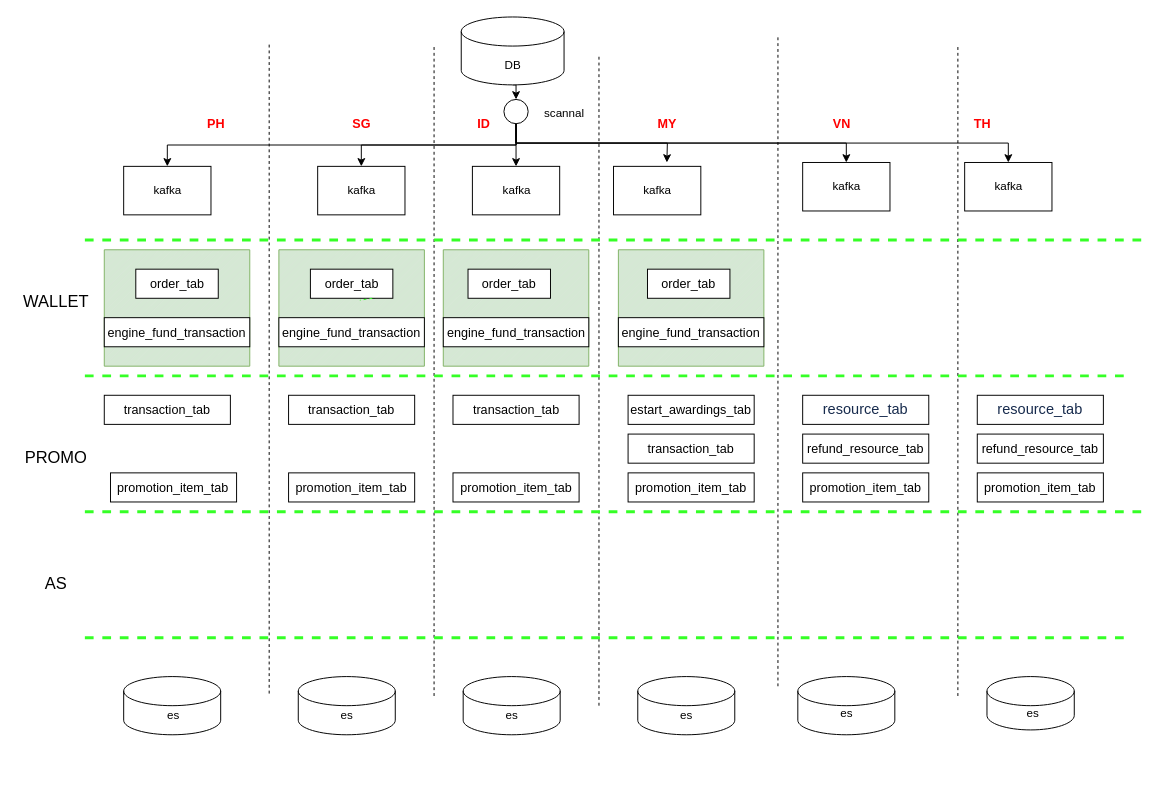
The draw.io diagram Untitled Diagram.drawio in LadyTao/learn, before the edit. Source tidied: cells renumbered, new cells numbered last; positions are measured from the earlier drawing's top-left corner, leaving out a move shared by most shapes. Both pictures are drawn from the tidied source at 97%, with x=0, y=0 at pixel (16, 16).
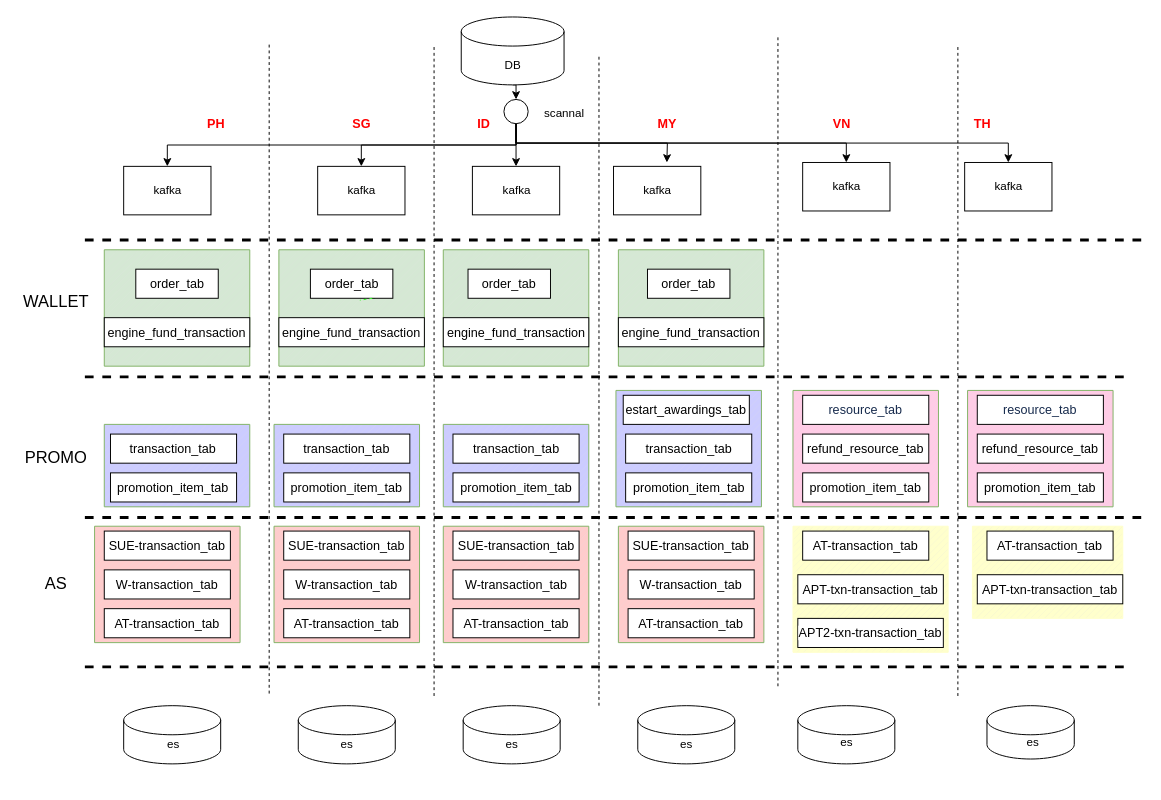
Above is the later version.

Diff of the diagram source:
```diff
@@
+    <mxCell id="96" style="verticalLabelPosition=bottom;verticalAlign=top;html=1;shape=mxgraph.basic.patternFillRect;fillStyle=diag;step=5;fillStrokeWidth=0.2;fillStrokeColor=#dddddd;fontFamily=Helvetica;fontSize=17;fillColor=#FFFFCC;strokeColor=#FFFFCC;" parent="1" vertex="1">
+      <mxGeometry x="985" y="525" width="155" height="95" as="geometry" />
+    </mxCell>
+    <mxCell id="97" style="verticalLabelPosition=bottom;verticalAlign=top;html=1;shape=mxgraph.basic.patternFillRect;fillStyle=diag;step=5;fillStrokeWidth=0.2;fillStrokeColor=#dddddd;fontFamily=Helvetica;fontSize=17;fillColor=#FFFFCC;strokeColor=#FFFFCC;" parent="1" vertex="1">
+      <mxGeometry x="800" y="525" width="160" height="130" as="geometry" />
+    </mxCell>
+    <mxCell id="98" style="verticalLabelPosition=bottom;verticalAlign=top;html=1;shape=mxgraph.basic.patternFillRect;fillStyle=diag;step=5;fillStrokeWidth=0.2;fillStrokeColor=#dddddd;fontFamily=Helvetica;fontSize=17;fillColor=#FFCCCC;strokeColor=#82b366;" parent="1" vertex="1">
+      <mxGeometry x="620" y="525" width="150" height="120" as="geometry" />
+    </mxCell>
+    <mxCell id="99" style="verticalLabelPosition=bottom;verticalAlign=top;html=1;shape=mxgraph.basic.patternFillRect;fillStyle=diag;step=5;fillStrokeWidth=0.2;fillStrokeColor=#dddddd;fontFamily=Helvetica;fontSize=17;fillColor=#FFCCCC;strokeColor=#82b366;" parent="1" vertex="1">
+      <mxGeometry x="439.5" y="525" width="150" height="120" as="geometry" />
+    </mxCell>
+    <mxCell id="100" style="verticalLabelPosition=bottom;verticalAlign=top;html=1;shape=mxgraph.basic.patternFillRect;fillStyle=diag;step=5;fillStrokeWidth=0.2;fillStrokeColor=#dddddd;fontFamily=Helvetica;fontSize=17;fillColor=#FFCCCC;strokeColor=#82b366;" parent="1" vertex="1">
+      <mxGeometry x="265" y="525" width="150" height="120" as="geometry" />
+    </mxCell>
+    <mxCell id="101" style="verticalLabelPosition=bottom;verticalAlign=top;html=1;shape=mxgraph.basic.patternFillRect;fillStyle=diag;step=5;fillStrokeWidth=0.2;fillStrokeColor=#dddddd;fontFamily=Helvetica;fontSize=17;fillColor=#FFCCCC;strokeColor=#82b366;" parent="1" vertex="1">
+      <mxGeometry x="80" y="525" width="150" height="120" as="geometry" />
+    </mxCell>
+    <mxCell id="102" style="verticalLabelPosition=bottom;verticalAlign=top;html=1;shape=mxgraph.basic.patternFillRect;fillStyle=diag;step=5;fillStrokeWidth=0.2;fillStrokeColor=#dddddd;fontFamily=Helvetica;fontSize=17;fillColor=#CCCCFF;strokeColor=#82b366;" parent="1" vertex="1">
+      <mxGeometry x="617.5" y="385" width="150" height="120" as="geometry" />
+    </mxCell>
+    <mxCell id="103" style="verticalLabelPosition=bottom;verticalAlign=top;html=1;shape=mxgraph.basic.patternFillRect;fillStyle=diag;step=5;fillStrokeWidth=0.2;fillStrokeColor=#dddddd;fontFamily=Helvetica;fontSize=17;fillColor=#FFCCE6;strokeColor=#82b366;" parent="1" vertex="1">
+      <mxGeometry x="980" y="385" width="150" height="120" as="geometry" />
+    </mxCell>
+    <mxCell id="104" style="verticalLabelPosition=bottom;verticalAlign=top;html=1;shape=mxgraph.basic.patternFillRect;fillStyle=diag;step=5;fillStrokeWidth=0.2;fillStrokeColor=#dddddd;fontFamily=Helvetica;fontSize=17;fillColor=#FFCCE6;strokeColor=#82b366;" parent="1" vertex="1">
+      <mxGeometry x="800" y="385" width="150" height="120" as="geometry" />
+    </mxCell>
+    <mxCell id="105" style="verticalLabelPosition=bottom;verticalAlign=top;html=1;shape=mxgraph.basic.patternFillRect;fillStyle=diag;step=5;fillStrokeWidth=0.2;fillStrokeColor=#dddddd;fontFamily=Helvetica;fontSize=17;fillColor=#CCCCFF;strokeColor=#82b366;" parent="1" vertex="1">
+      <mxGeometry x="439.5" y="420" width="150" height="85" as="geometry" />
+    </mxCell>
+    <mxCell id="106" style="verticalLabelPosition=bottom;verticalAlign=top;html=1;shape=mxgraph.basic.patternFillRect;fillStyle=diag;step=5;fillStrokeWidth=0.2;fillStrokeColor=#dddddd;fontFamily=Helvetica;fontSize=17;fillColor=#CCCCFF;strokeColor=#82b366;" parent="1" vertex="1">
+      <mxGeometry x="265" y="420" width="150" height="85" as="geometry" />
+    </mxCell>
+    <mxCell id="107" style="verticalLabelPosition=bottom;verticalAlign=top;html=1;shape=mxgraph.basic.patternFillRect;fillStyle=diag;step=5;fillStrokeWidth=0.2;fillStrokeColor=#dddddd;fontFamily=Helvetica;fontSize=17;fillColor=#CCCCFF;strokeColor=#82b366;" parent="1" vertex="1">
+      <mxGeometry x="90" y="420" width="150" height="85" as="geometry" />
+    </mxCell>
@@
     <mxCell id="9" style="group;" parent="1" vertex="1">
-      <mxGeometry x="460" y="680" width="100" height="60" as="geometry" />
+      <mxGeometry x="460" y="710" width="100" height="60" as="geometry" />
     </mxCell>
@@
     <mxCell id="49" style="group;" parent="1" vertex="1">
-      <mxGeometry x="290" y="680" width="100" height="60" as="geometry" />
+      <mxGeometry x="290" y="710" width="100" height="60" as="geometry" />
     </mxCell>
@@
     <mxCell id="52" style="group;" parent="1" vertex="1">
-      <mxGeometry x="111.4" y="680" width="100" height="60" as="geometry" />
+      <mxGeometry x="111.4" y="710" width="100" height="60" as="geometry" />
     </mxCell>
@@
     <mxCell id="56" style="group;" parent="1" vertex="1">
-      <mxGeometry x="640" y="700" width="100" height="60" as="geometry" />
+      <mxGeometry x="640" y="730" width="100" height="60" as="geometry" />
     </mxCell>
@@
     <mxCell id="59" style="group;" parent="1" vertex="1">
-      <mxGeometry x="1000" y="680" width="90" height="55" as="geometry" />
+      <mxGeometry x="1000" y="710" width="90" height="55" as="geometry" />
     </mxCell>
@@
-    <mxCell id="62" style="endArrow=none;dashed=1;html=1;rounded=0;fontSize=17;fontColor=#33FF33;fillColor=#33FF99;strokeColor=#35FF26;fontStyle=0;spacing=4;strokeWidth=3;" parent="1" edge="1">
+    <mxCell id="62" style="endArrow=none;dashed=1;html=1;rounded=0;fontSize=17;fontColor=#33FF33;fillColor=#33FF99;strokeColor=#000000;fontStyle=0;spacing=4;strokeWidth=3;" parent="1" edge="1">
       <mxGeometry relative="1" as="geometry">
         <mxPoint x="70" y="230" as="sourcePoint" />
         <mxPoint x="1160" y="230" as="targetPoint" />
       </mxGeometry>
     </mxCell>
-    <mxCell id="63" style="endArrow=none;dashed=1;html=1;rounded=0;fontSize=17;fontColor=#33FF33;fillColor=#33FF99;strokeColor=#35FF26;fontStyle=1;spacing=4;strokeWidth=3;" parent="1" edge="1">
+    <mxCell id="63" style="endArrow=none;dashed=1;html=1;rounded=0;fontSize=17;fontColor=#33FF33;fillColor=#33FF99;strokeColor=#000000;fontStyle=1;spacing=4;strokeWidth=3;" parent="1" edge="1">
       <mxGeometry relative="1" as="geometry">
-        <mxPoint x="70" y="370" as="sourcePoint" />
-        <mxPoint x="1150" y="370" as="targetPoint" />
+        <mxPoint x="70" y="371" as="sourcePoint" />
+        <mxPoint x="1150" y="371" as="targetPoint" />
       </mxGeometry>
     </mxCell>
-    <mxCell id="64" style="endArrow=none;dashed=1;html=1;rounded=0;fontSize=17;fontColor=#33FF33;fillColor=#33FF99;strokeColor=#35FF26;fontStyle=1;spacing=4;strokeWidth=3;" parent="1" edge="1">
+    <mxCell id="64" style="endArrow=none;dashed=1;html=1;rounded=0;fontSize=17;fontColor=#33FF33;fillColor=#33FF99;strokeColor=#000000;fontStyle=1;spacing=4;strokeWidth=3;" parent="1" edge="1">
       <mxGeometry relative="1" as="geometry">
-        <mxPoint x="70" y="510" as="sourcePoint" />
-        <mxPoint x="1160" y="510" as="targetPoint" />
+        <mxPoint x="70" y="516" as="sourcePoint" />
+        <mxPoint x="1160" y="516" as="targetPoint" />
       </mxGeometry>
     </mxCell>
     <mxCell id="65" style="shape=cylinder3;whiteSpace=wrap;html=1;boundedLbl=1;backgroundOutline=1;size=15;" parent="1" vertex="1">
-      <mxGeometry x="805" y="680" width="100" height="60" as="geometry" />
+      <mxGeometry x="805" y="710" width="100" height="60" as="geometry" />
     </mxCell>
-    <mxCell id="66" style="endArrow=none;dashed=1;html=1;rounded=0;fontSize=17;fontColor=#33FF33;fillColor=#33FF99;strokeColor=#35FF26;fontStyle=1;spacing=4;strokeWidth=3;" parent="1" edge="1">
+    <mxCell id="66" style="endArrow=none;dashed=1;html=1;rounded=0;fontSize=17;fontColor=#33FF33;fillColor=#33FF99;strokeColor=#000000;fontStyle=1;spacing=4;strokeWidth=3;" parent="1" edge="1">
       <mxGeometry relative="1" as="geometry">
-        <mxPoint x="70" y="640" as="sourcePoint" />
-        <mxPoint x="1150" y="640" as="targetPoint" />
+        <mxPoint x="70" y="670" as="sourcePoint" />
+        <mxPoint x="1150" y="670" as="targetPoint" />
       </mxGeometry>
     </mxCell>
     <mxCell id="67" value="es" style="text;html=1;align=center;verticalAlign=middle;fillColor=none;strokeColor=none;rounded=0;" parent="1" vertex="1">
-      <mxGeometry x="840" y="707.5" width="30" height="20" as="geometry" />
+      <mxGeometry x="840" y="737.5" width="30" height="20" as="geometry" />
     </mxCell>
@@
     <mxCell id="81" value="&lt;span style=&quot;font-family: Arial; font-size: 13px; text-align: left; background-color: rgb(255, 255, 255);&quot;&gt;estart_awardings_tab&lt;/span&gt;" style="rounded=0;whiteSpace=wrap;html=1;fontFamily=Helvetica;fontSize=17;fontColor=#000000;" parent="1" vertex="1">
-      <mxGeometry x="630" y="390" width="130" height="30" as="geometry" />
+      <mxGeometry x="625" y="390" width="130" height="30" as="geometry" />
     </mxCell>
-    <mxCell id="82" value="&lt;span style=&quot;color: rgb(23, 43, 77); font-family: Arial; font-size: 15px; text-align: left; background-color: rgb(255, 255, 255);&quot;&gt;resource_tab&lt;/span&gt;" style="rounded=0;whiteSpace=wrap;html=1;fontFamily=Helvetica;fontSize=17;fontColor=#000000;" parent="1" vertex="1">
+    <mxCell id="82" value="&lt;span style=&quot;color: rgb(23, 43, 77); font-family: Arial; text-align: left; background-color: rgb(255, 255, 255);&quot;&gt;&lt;font style=&quot;font-size: 13px;&quot;&gt;resource_tab&lt;/font&gt;&lt;/span&gt;" style="rounded=0;whiteSpace=wrap;html=1;fontFamily=Helvetica;fontSize=17;fontColor=#000000;" parent="1" vertex="1">
       <mxGeometry x="810" y="390" width="130" height="30" as="geometry" />
     </mxCell>
@@
-    <mxCell id="84" value="&lt;span style=&quot;color: rgb(23, 43, 77); font-family: Arial; font-size: 15px; text-align: left; background-color: rgb(255, 255, 255);&quot;&gt;resource_tab&lt;/span&gt;" style="rounded=0;whiteSpace=wrap;html=1;fontFamily=Helvetica;fontSize=17;fontColor=#000000;" parent="1" vertex="1">
+    <mxCell id="84" value="&lt;span style=&quot;color: rgb(23, 43, 77); font-family: Arial; text-align: left; background-color: rgb(255, 255, 255);&quot;&gt;&lt;font style=&quot;font-size: 13px;&quot;&gt;resource_tab&lt;/font&gt;&lt;/span&gt;" style="rounded=0;whiteSpace=wrap;html=1;fontFamily=Helvetica;fontSize=17;fontColor=#000000;" parent="1" vertex="1">
       <mxGeometry x="990" y="390" width="130" height="30" as="geometry" />
     </mxCell>
@@
     <mxCell id="86" value="&lt;span style=&quot;font-family: Arial; font-size: 13px; text-align: left; background-color: rgb(255, 255, 255);&quot;&gt;transaction_tab&lt;/span&gt;" style="rounded=0;whiteSpace=wrap;html=1;fontFamily=Helvetica;fontSize=17;fontColor=#000000;" parent="1" vertex="1">
-      <mxGeometry x="90" y="390" width="130" height="30" as="geometry" />
+      <mxGeometry x="96.4" y="430" width="130" height="30" as="geometry" />
     </mxCell>
     <mxCell id="87" value="&lt;span style=&quot;font-family: Arial; font-size: 13px; text-align: left; background-color: rgb(255, 255, 255);&quot;&gt;transaction_tab&lt;/span&gt;" style="rounded=0;whiteSpace=wrap;html=1;fontFamily=Helvetica;fontSize=17;fontColor=#000000;" parent="1" vertex="1">
-      <mxGeometry x="449.5" y="390" width="130" height="30" as="geometry" />
+      <mxGeometry x="449.5" y="430" width="130" height="30" as="geometry" />
     </mxCell>
     <mxCell id="88" value="&lt;span style=&quot;font-family: Arial; font-size: 13px; text-align: left; background-color: rgb(255, 255, 255);&quot;&gt;transaction_tab&lt;/span&gt;" style="rounded=0;whiteSpace=wrap;html=1;fontFamily=Helvetica;fontSize=17;fontColor=#000000;" parent="1" vertex="1">
-      <mxGeometry x="280" y="390" width="130" height="30" as="geometry" />
+      <mxGeometry x="275" y="430" width="130" height="30" as="geometry" />
     </mxCell>
     <mxCell id="89" value="&lt;span style=&quot;font-family: Arial; font-size: 13px; text-align: left; background-color: rgb(255, 255, 255);&quot;&gt;transaction_tab&lt;/span&gt;" style="rounded=0;whiteSpace=wrap;html=1;fontFamily=Helvetica;fontSize=17;fontColor=#000000;" parent="1" vertex="1">
-      <mxGeometry x="630" y="430" width="130" height="30" as="geometry" />
+      <mxGeometry x="627.5" y="430" width="130" height="30" as="geometry" />
     </mxCell>
     <mxCell id="90" value="&lt;span style=&quot;font-family: Arial; font-size: 13px; text-align: left; background-color: rgb(255, 255, 255);&quot;&gt;promotion_item_tab&lt;/span&gt;" style="rounded=0;whiteSpace=wrap;html=1;fontFamily=Helvetica;fontSize=17;fontColor=#000000;" parent="1" vertex="1">
-      <mxGeometry x="630" y="470" width="130" height="30" as="geometry" />
+      <mxGeometry x="627.5" y="470" width="130" height="30" as="geometry" />
     </mxCell>
@@
     <mxCell id="94" value="&lt;span style=&quot;font-family: Arial; font-size: 13px; text-align: left; background-color: rgb(255, 255, 255);&quot;&gt;promotion_item_tab&lt;/span&gt;" style="rounded=0;whiteSpace=wrap;html=1;fontFamily=Helvetica;fontSize=17;fontColor=#000000;" parent="1" vertex="1">
-      <mxGeometry x="280" y="470" width="130" height="30" as="geometry" />
+      <mxGeometry x="275" y="470" width="130" height="30" as="geometry" />
     </mxCell>
@@
+    <mxCell id="108" value="&lt;span style=&quot;font-family: Arial; font-size: 13px; text-align: left; background-color: rgb(255, 255, 255);&quot;&gt;SUE-transaction_tab&lt;/span&gt;" style="rounded=0;whiteSpace=wrap;html=1;fontFamily=Helvetica;fontSize=17;fontColor=#000000;" parent="1" vertex="1">
+      <mxGeometry x="90" y="530" width="130" height="30" as="geometry" />
+    </mxCell>
+    <mxCell id="109" value="&lt;span style=&quot;font-family: Arial; font-size: 13px; text-align: left; background-color: rgb(255, 255, 255);&quot;&gt;SUE-transaction_tab&lt;/span&gt;" style="rounded=0;whiteSpace=wrap;html=1;fontFamily=Helvetica;fontSize=17;fontColor=#000000;" parent="1" vertex="1">
+      <mxGeometry x="275" y="530" width="130" height="30" as="geometry" />
+    </mxCell>
+    <mxCell id="110" value="&lt;span style=&quot;font-family: Arial; font-size: 13px; text-align: left; background-color: rgb(255, 255, 255);&quot;&gt;SUE-transaction_tab&lt;/span&gt;" style="rounded=0;whiteSpace=wrap;html=1;fontFamily=Helvetica;fontSize=17;fontColor=#000000;" parent="1" vertex="1">
+      <mxGeometry x="449.5" y="530" width="130" height="30" as="geometry" />
+    </mxCell>
+    <mxCell id="111" value="&lt;span style=&quot;font-family: Arial; font-size: 13px; text-align: left; background-color: rgb(255, 255, 255);&quot;&gt;SUE-transaction_tab&lt;/span&gt;" style="rounded=0;whiteSpace=wrap;html=1;fontFamily=Helvetica;fontSize=17;fontColor=#000000;" parent="1" vertex="1">
+      <mxGeometry x="630" y="530" width="130" height="30" as="geometry" />
+    </mxCell>
+    <mxCell id="112" value="&lt;span style=&quot;font-family: Arial; font-size: 13px; text-align: left; background-color: rgb(255, 255, 255);&quot;&gt;W-transaction_tab&lt;/span&gt;" style="rounded=0;whiteSpace=wrap;html=1;fontFamily=Helvetica;fontSize=17;fontColor=#000000;" parent="1" vertex="1">
+      <mxGeometry x="90" y="570" width="130" height="30" as="geometry" />
+    </mxCell>
+    <mxCell id="113" value="&lt;span style=&quot;font-family: Arial; font-size: 13px; text-align: left; background-color: rgb(255, 255, 255);&quot;&gt;W-transaction_tab&lt;/span&gt;" style="rounded=0;whiteSpace=wrap;html=1;fontFamily=Helvetica;fontSize=17;fontColor=#000000;" parent="1" vertex="1">
+      <mxGeometry x="275" y="570" width="130" height="30" as="geometry" />
+    </mxCell>
+    <mxCell id="114" value="&lt;span style=&quot;font-family: Arial; font-size: 13px; text-align: left; background-color: rgb(255, 255, 255);&quot;&gt;W-transaction_tab&lt;/span&gt;" style="rounded=0;whiteSpace=wrap;html=1;fontFamily=Helvetica;fontSize=17;fontColor=#000000;" parent="1" vertex="1">
+      <mxGeometry x="449.5" y="570" width="130" height="30" as="geometry" />
+    </mxCell>
+    <mxCell id="115" value="&lt;span style=&quot;font-family: Arial; font-size: 13px; text-align: left; background-color: rgb(255, 255, 255);&quot;&gt;W-transaction_tab&lt;/span&gt;" style="rounded=0;whiteSpace=wrap;html=1;fontFamily=Helvetica;fontSize=17;fontColor=#000000;" parent="1" vertex="1">
+      <mxGeometry x="630" y="570" width="130" height="30" as="geometry" />
+    </mxCell>
+    <mxCell id="116" value="&lt;span style=&quot;font-family: Arial; font-size: 13px; text-align: left; background-color: rgb(255, 255, 255);&quot;&gt;AT-transaction_tab&lt;/span&gt;" style="rounded=0;whiteSpace=wrap;html=1;fontFamily=Helvetica;fontSize=17;fontColor=#000000;" parent="1" vertex="1">
+      <mxGeometry x="90" y="610" width="130" height="30" as="geometry" />
+    </mxCell>
+    <mxCell id="117" value="&lt;span style=&quot;font-family: Arial; font-size: 13px; text-align: left; background-color: rgb(255, 255, 255);&quot;&gt;AT-transaction_tab&lt;/span&gt;" style="rounded=0;whiteSpace=wrap;html=1;fontFamily=Helvetica;fontSize=17;fontColor=#000000;" parent="1" vertex="1">
+      <mxGeometry x="275" y="610" width="130" height="30" as="geometry" />
+    </mxCell>
+    <mxCell id="118" value="&lt;span style=&quot;font-family: Arial; font-size: 13px; text-align: left; background-color: rgb(255, 255, 255);&quot;&gt;AT-transaction_tab&lt;/span&gt;" style="rounded=0;whiteSpace=wrap;html=1;fontFamily=Helvetica;fontSize=17;fontColor=#000000;" parent="1" vertex="1">
+      <mxGeometry x="449.5" y="610" width="130" height="30" as="geometry" />
+    </mxCell>
+    <mxCell id="119" value="&lt;span style=&quot;font-family: Arial; font-size: 13px; text-align: left; background-color: rgb(255, 255, 255);&quot;&gt;AT-transaction_tab&lt;/span&gt;" style="rounded=0;whiteSpace=wrap;html=1;fontFamily=Helvetica;fontSize=17;fontColor=#000000;" parent="1" vertex="1">
+      <mxGeometry x="630" y="610" width="130" height="30" as="geometry" />
+    </mxCell>
+    <mxCell id="120" value="&lt;span style=&quot;font-family: Arial; font-size: 13px; text-align: left; background-color: rgb(255, 255, 255);&quot;&gt;AT-transaction_tab&lt;/span&gt;" style="rounded=0;whiteSpace=wrap;html=1;fontFamily=Helvetica;fontSize=17;fontColor=#000000;" parent="1" vertex="1">
+      <mxGeometry x="810" y="530" width="130" height="30" as="geometry" />
+    </mxCell>
+    <mxCell id="121" value="&lt;span style=&quot;font-family: Arial; font-size: 13px; text-align: left; background-color: rgb(255, 255, 255);&quot;&gt;AT-transaction_tab&lt;/span&gt;" style="rounded=0;whiteSpace=wrap;html=1;fontFamily=Helvetica;fontSize=17;fontColor=#000000;" parent="1" vertex="1">
+      <mxGeometry x="1000" y="530" width="130" height="30" as="geometry" />
+    </mxCell>
+    <mxCell id="122" value="&lt;span style=&quot;font-family: Arial; font-size: 13px; text-align: left; background-color: rgb(255, 255, 255);&quot;&gt;APT-txn-transaction_tab&lt;/span&gt;" style="rounded=0;whiteSpace=wrap;html=1;fontFamily=Helvetica;fontSize=17;fontColor=#000000;" parent="1" vertex="1">
+      <mxGeometry x="805" y="575" width="150" height="30" as="geometry" />
+    </mxCell>
+    <mxCell id="123" value="&lt;span style=&quot;font-family: Arial; font-size: 13px; text-align: left; background-color: rgb(255, 255, 255);&quot;&gt;APT-txn-transaction_tab&lt;/span&gt;" style="rounded=0;whiteSpace=wrap;html=1;fontFamily=Helvetica;fontSize=17;fontColor=#000000;" parent="1" vertex="1">
+      <mxGeometry x="990" y="575" width="150" height="30" as="geometry" />
+    </mxCell>
+    <mxCell id="124" value="&lt;span style=&quot;font-family: Arial; font-size: 13px; text-align: left; background-color: rgb(255, 255, 255);&quot;&gt;APT2-txn-transaction_tab&lt;/span&gt;" style="rounded=0;whiteSpace=wrap;html=1;fontFamily=Helvetica;fontSize=17;fontColor=#000000;" parent="1" vertex="1">
+      <mxGeometry x="805" y="620" width="150" height="30" as="geometry" />
+    </mxCell>
```
